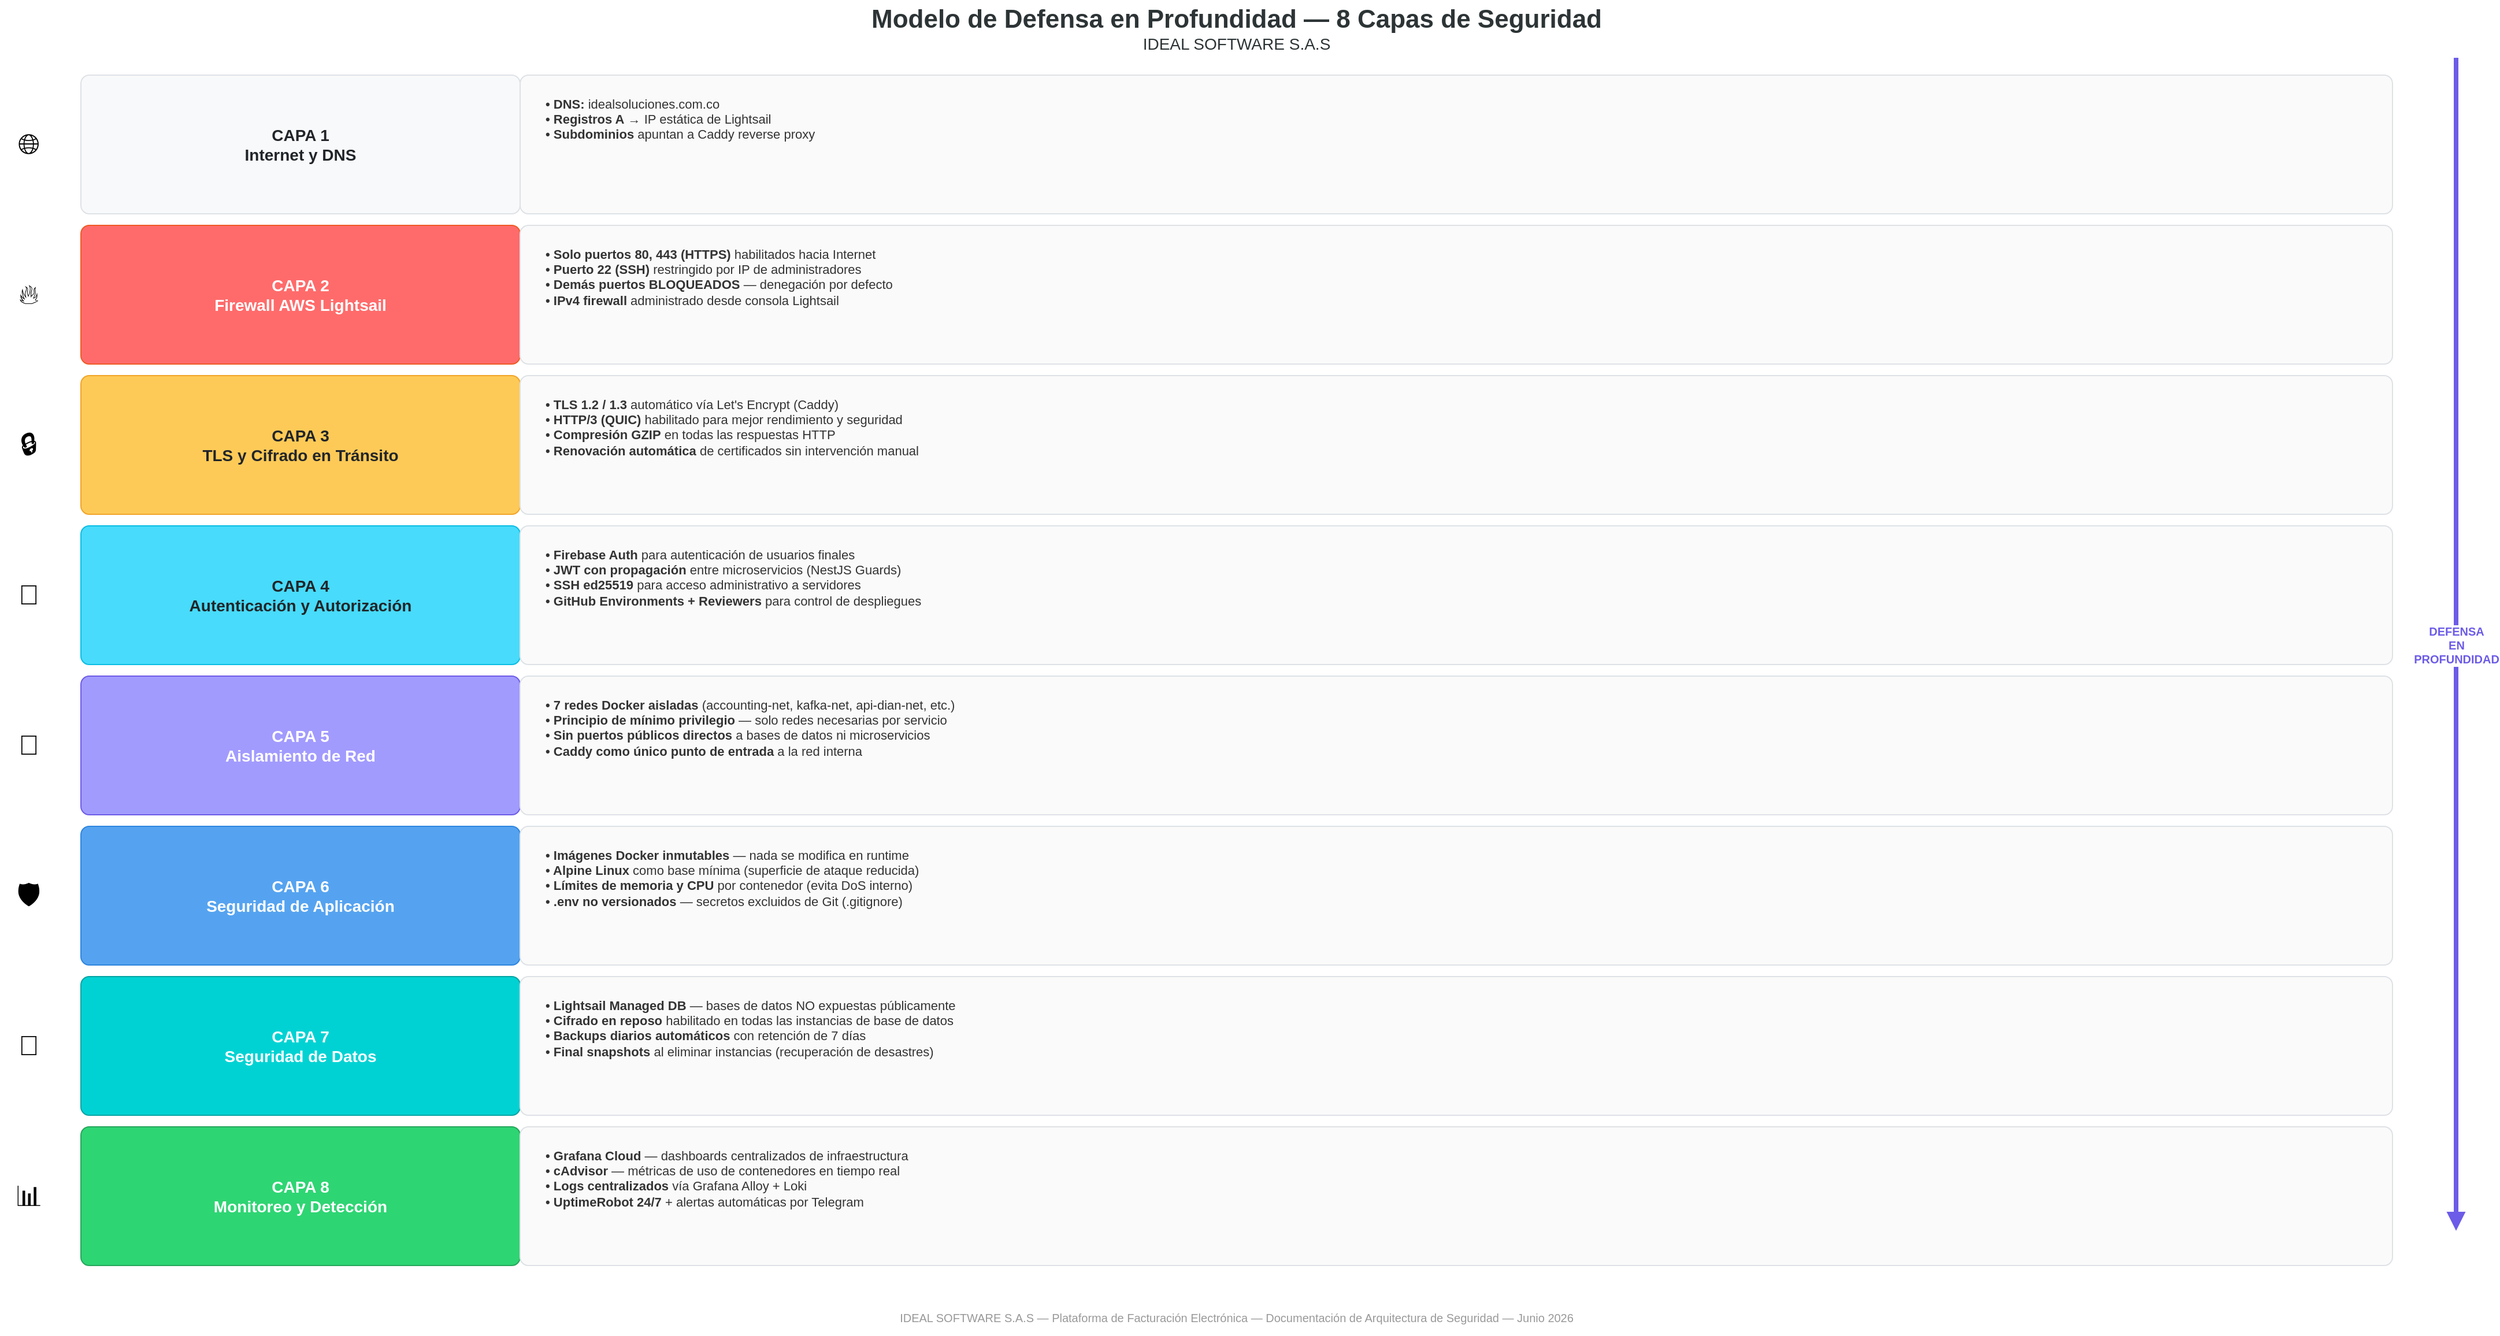
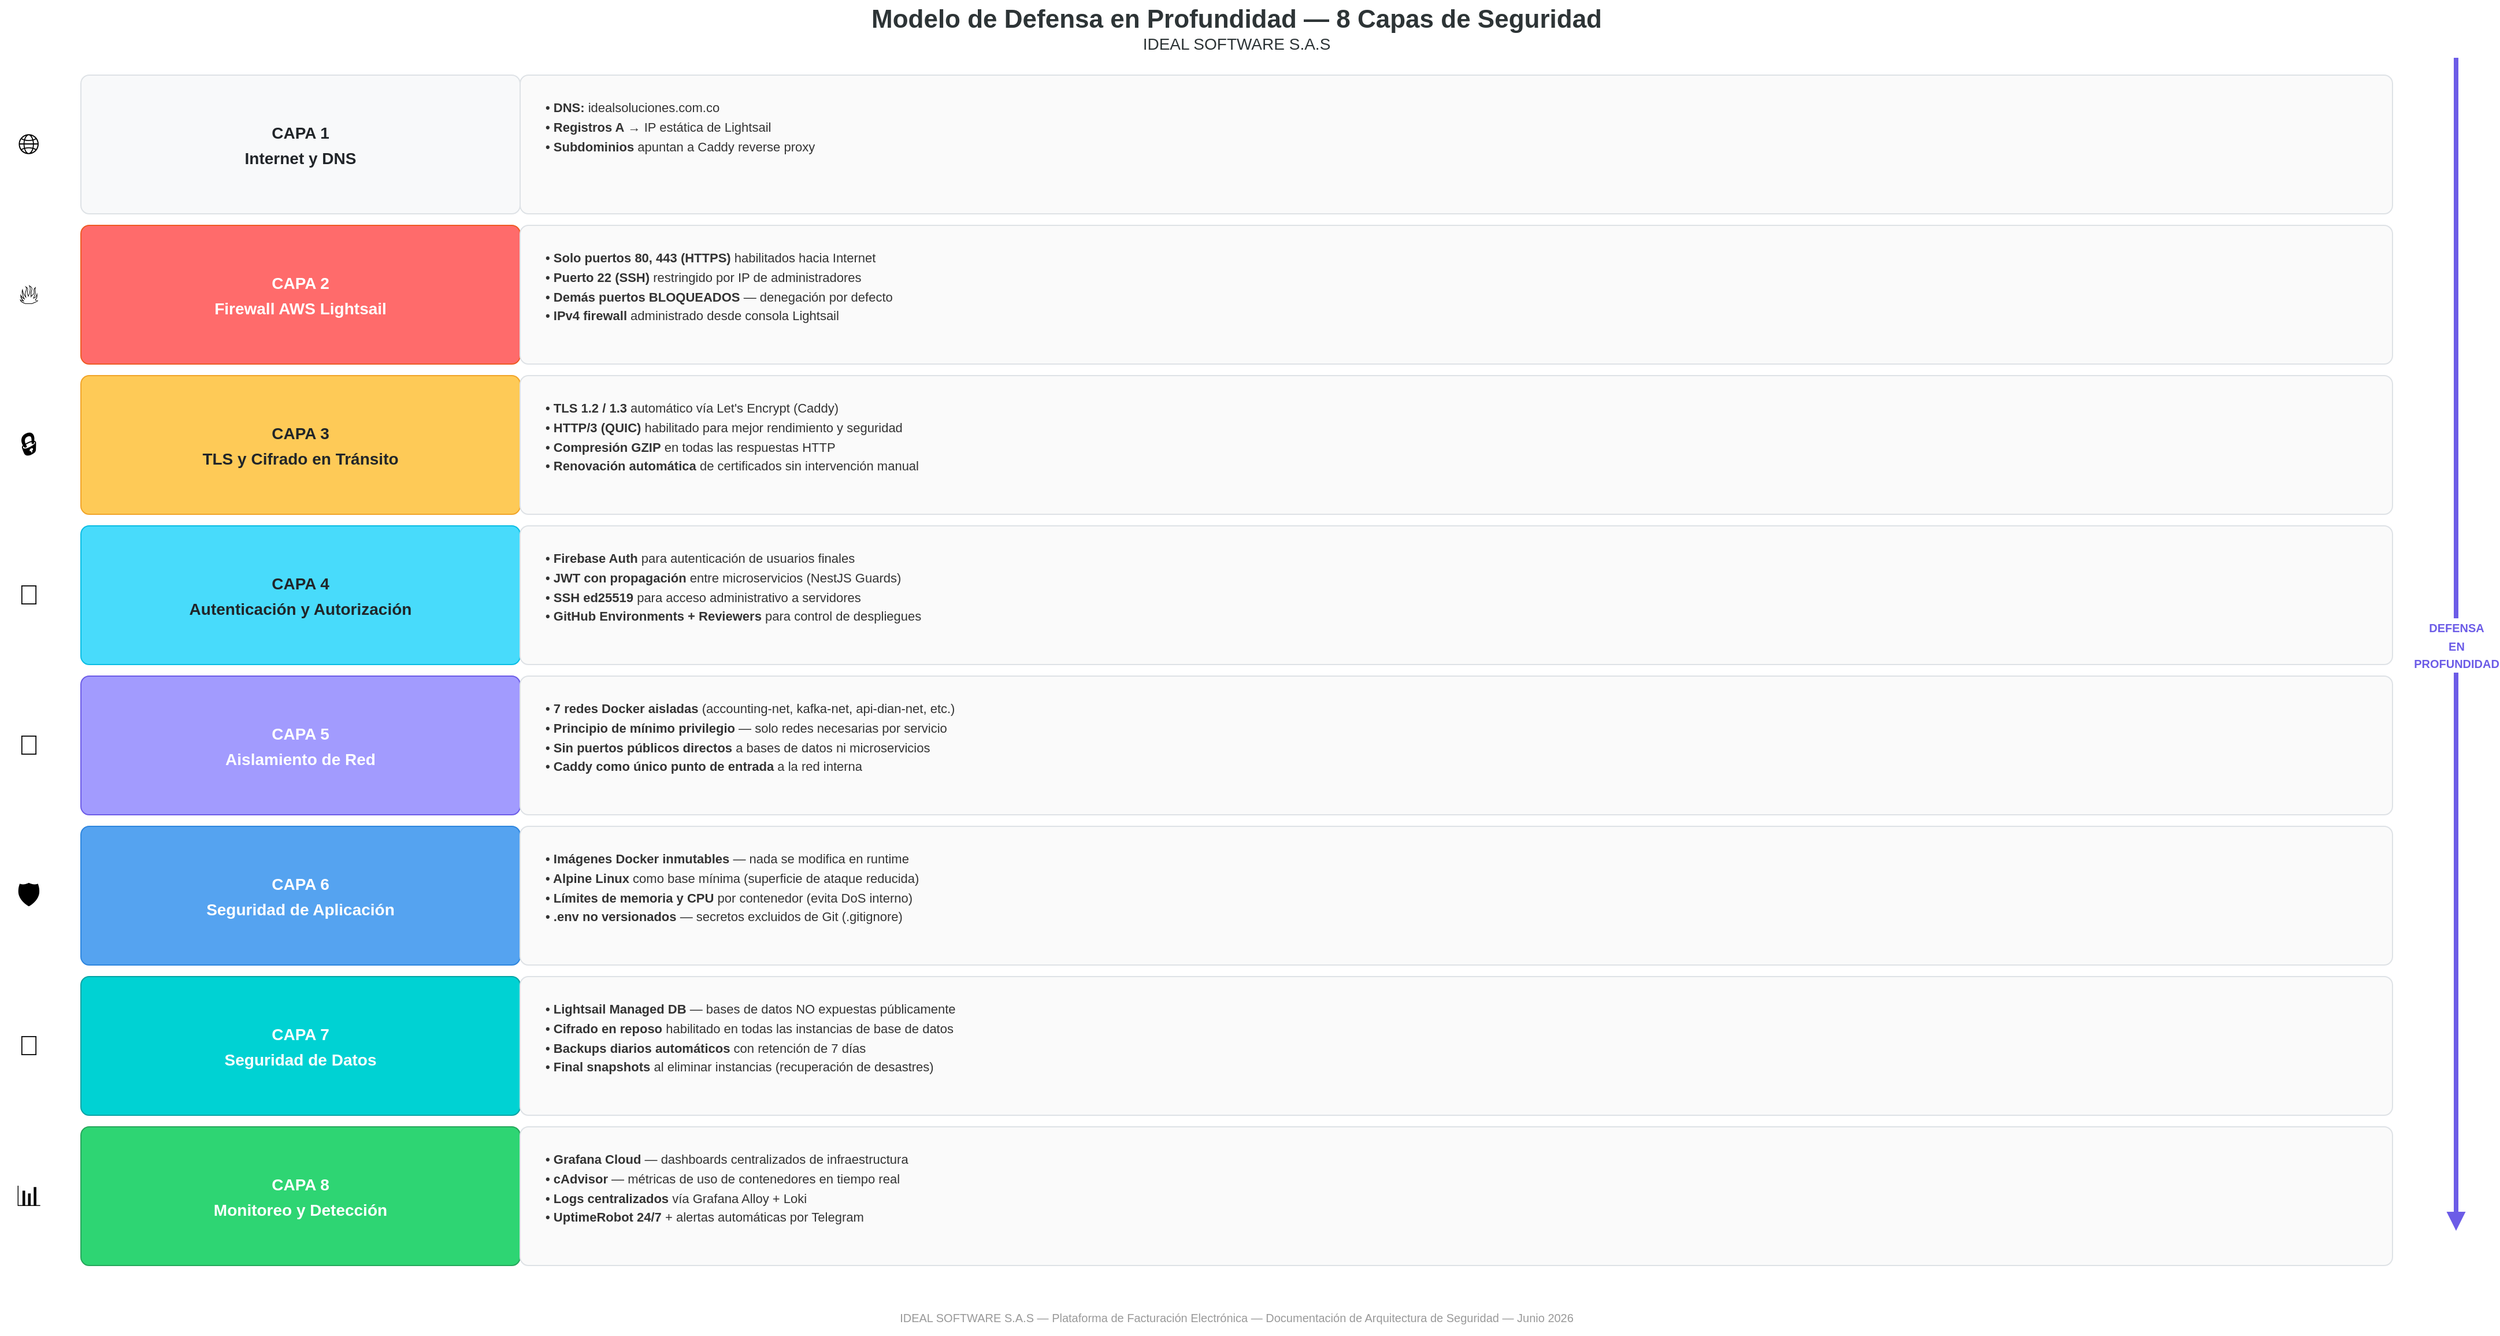
<mxfile host="app.diagrams.net" modified="2026-06-20T00:00:00.000Z" agent="drawio" version="21.0.0">
  <diagram name="Defensa en Profundidad" id="defense-in-depth">
-     <mxGraphModel dx="2200" dy="1800" grid="1" gridSize="10" guides="1" tooltips="1" connect="1" arrows="1" fold="1" page="1" pageScale="1" pageWidth="2200" pageHeight="1800" math="0" shadow="0">
+     <mxGraphModel dx="2200" dy="1800" grid="1" gridSize="10" guides="1" tooltips="1" connect="1" arrows="1" fold="1" page="1" pageScale="1" pageWidth="2860" pageHeight="2340" math="0" shadow="0">
      <root>
        <mxCell id="0" />
        <mxCell id="1" parent="0" />

        <!-- Title -->
        <mxCell id="title" value="&lt;font style=&quot;font-size: 22px;&quot;&gt;&lt;b&gt;Modelo de Defensa en Profundidad — 8 Capas de Seguridad&lt;/b&gt;&lt;/font&gt;&lt;br&gt;&lt;font style=&quot;font-size: 14px;&quot;&gt;IDEAL SOFTWARE S.A.S&lt;/font&gt;" style="text;html=1;strokeColor=none;fillColor=none;align=center;verticalAlign=middle;whiteSpace=wrap;fontColor=#2d3436;" vertex="1" parent="1">
          <mxGeometry x="110" y="15" width="2000" height="50" as="geometry" />
        </mxCell>

        <!-- Layer 1: Internet y DNS -->
-         <mxCell id="l1-left" value="&lt;font style=&quot;font-size: 14px;&quot;&gt;&lt;b&gt;CAPA 1&lt;/b&gt;&lt;br&gt;Internet y DNS&lt;/font&gt;" style="rounded=1;whiteSpace=wrap;html=1;fillColor=#f8f9fa;strokeColor=#dee2e6;fontColor=#212529;fontSize=14;fontStyle=1;arcSize=6;align=center;verticalAlign=middle;" vertex="1" parent="1">
+         <mxCell id="l1-left" value="&lt;font style=&quot;font-size: 14px;&quot;&gt;&lt;b&gt;CAPA 1&lt;/b&gt;&lt;br&gt;Internet y DNS&lt;/font&gt;" style="rounded=1;whiteSpace=wrap;html=1;fillColor=#f8f9fa;strokeColor=#dee2e6;fontColor=#212529;fontSize=18;fontStyle=1;arcSize=6;align=center;verticalAlign=middle;" vertex="1" parent="1">
          <mxGeometry x="110" y="80" width="380" height="120" as="geometry" />
        </mxCell>
-         <mxCell id="l1-right" value="&lt;font style=&quot;font-size: 11px;&quot;&gt;&lt;b&gt;• DNS:&lt;/b&gt; idealsoluciones.com.co&lt;br&gt;&lt;b&gt;• Registros A&lt;/b&gt; → IP estática de Lightsail&lt;br&gt;&lt;b&gt;• Subdominios&lt;/b&gt; apuntan a Caddy reverse proxy&lt;/font&gt;" style="rounded=1;whiteSpace=wrap;html=1;fillColor=#FAFAFA;strokeColor=#dee2e6;fontColor=#333333;fontSize=11;arcSize=6;align=left;verticalAlign=top;spacingLeft=20;spacingTop=12;" vertex="1" parent="1">
+         <mxCell id="l1-right" value="&lt;font style=&quot;font-size: 11px;&quot;&gt;&lt;b&gt;• DNS:&lt;/b&gt; idealsoluciones.com.co&lt;br&gt;&lt;b&gt;• Registros A&lt;/b&gt; → IP estática de Lightsail&lt;br&gt;&lt;b&gt;• Subdominios&lt;/b&gt; apuntan a Caddy reverse proxy&lt;/font&gt;" style="rounded=1;whiteSpace=wrap;html=1;fillColor=#FAFAFA;strokeColor=#dee2e6;fontColor=#333333;fontSize=14;arcSize=6;align=left;verticalAlign=top;spacingLeft=20;spacingTop=12;" vertex="1" parent="1">
          <mxGeometry x="490" y="80" width="1620" height="120" as="geometry" />
        </mxCell>

        <!-- Layer 2: Firewall AWS Lightsail -->
-         <mxCell id="l2-left" value="&lt;font style=&quot;font-size: 14px;&quot;&gt;&lt;b&gt;CAPA 2&lt;/b&gt;&lt;br&gt;Firewall AWS Lightsail&lt;/font&gt;" style="rounded=1;whiteSpace=wrap;html=1;fillColor=#ff6b6b;strokeColor=#ee5a24;fontColor=#ffffff;fontSize=14;fontStyle=1;arcSize=6;align=center;verticalAlign=middle;" vertex="1" parent="1">
+         <mxCell id="l2-left" value="&lt;font style=&quot;font-size: 14px;&quot;&gt;&lt;b&gt;CAPA 2&lt;/b&gt;&lt;br&gt;Firewall AWS Lightsail&lt;/font&gt;" style="rounded=1;whiteSpace=wrap;html=1;fillColor=#ff6b6b;strokeColor=#ee5a24;fontColor=#ffffff;fontSize=18;fontStyle=1;arcSize=6;align=center;verticalAlign=middle;" vertex="1" parent="1">
          <mxGeometry x="110" y="210" width="380" height="120" as="geometry" />
        </mxCell>
-         <mxCell id="l2-right" value="&lt;font style=&quot;font-size: 11px;&quot;&gt;&lt;b&gt;• Solo puertos 80, 443 (HTTPS)&lt;/b&gt; habilitados hacia Internet&lt;br&gt;&lt;b&gt;• Puerto 22 (SSH)&lt;/b&gt; restringido por IP de administradores&lt;br&gt;&lt;b&gt;• Demás puertos BLOQUEADOS&lt;/b&gt; — denegación por defecto&lt;br&gt;&lt;b&gt;• IPv4 firewall&lt;/b&gt; administrado desde consola Lightsail&lt;/font&gt;" style="rounded=1;whiteSpace=wrap;html=1;fillColor=#FAFAFA;strokeColor=#dee2e6;fontColor=#333333;fontSize=11;arcSize=6;align=left;verticalAlign=top;spacingLeft=20;spacingTop=12;" vertex="1" parent="1">
+         <mxCell id="l2-right" value="&lt;font style=&quot;font-size: 11px;&quot;&gt;&lt;b&gt;• Solo puertos 80, 443 (HTTPS)&lt;/b&gt; habilitados hacia Internet&lt;br&gt;&lt;b&gt;• Puerto 22 (SSH)&lt;/b&gt; restringido por IP de administradores&lt;br&gt;&lt;b&gt;• Demás puertos BLOQUEADOS&lt;/b&gt; — denegación por defecto&lt;br&gt;&lt;b&gt;• IPv4 firewall&lt;/b&gt; administrado desde consola Lightsail&lt;/font&gt;" style="rounded=1;whiteSpace=wrap;html=1;fillColor=#FAFAFA;strokeColor=#dee2e6;fontColor=#333333;fontSize=14;arcSize=6;align=left;verticalAlign=top;spacingLeft=20;spacingTop=12;" vertex="1" parent="1">
          <mxGeometry x="490" y="210" width="1620" height="120" as="geometry" />
        </mxCell>

        <!-- Layer 3: TLS y Cifrado en Tránsito -->
-         <mxCell id="l3-left" value="&lt;font style=&quot;font-size: 14px;&quot;&gt;&lt;b&gt;CAPA 3&lt;/b&gt;&lt;br&gt;TLS y Cifrado en Tránsito&lt;/font&gt;" style="rounded=1;whiteSpace=wrap;html=1;fillColor=#feca57;strokeColor=#f1a428;fontColor=#212529;fontSize=14;fontStyle=1;arcSize=6;align=center;verticalAlign=middle;" vertex="1" parent="1">
+         <mxCell id="l3-left" value="&lt;font style=&quot;font-size: 14px;&quot;&gt;&lt;b&gt;CAPA 3&lt;/b&gt;&lt;br&gt;TLS y Cifrado en Tránsito&lt;/font&gt;" style="rounded=1;whiteSpace=wrap;html=1;fillColor=#feca57;strokeColor=#f1a428;fontColor=#212529;fontSize=18;fontStyle=1;arcSize=6;align=center;verticalAlign=middle;" vertex="1" parent="1">
          <mxGeometry x="110" y="340" width="380" height="120" as="geometry" />
        </mxCell>
-         <mxCell id="l3-right" value="&lt;font style=&quot;font-size: 11px;&quot;&gt;&lt;b&gt;• TLS 1.2 / 1.3&lt;/b&gt; automático vía Let's Encrypt (Caddy)&lt;br&gt;&lt;b&gt;• HTTP/3 (QUIC)&lt;/b&gt; habilitado para mejor rendimiento y seguridad&lt;br&gt;&lt;b&gt;• Compresión GZIP&lt;/b&gt; en todas las respuestas HTTP&lt;br&gt;&lt;b&gt;• Renovación automática&lt;/b&gt; de certificados sin intervención manual&lt;/font&gt;" style="rounded=1;whiteSpace=wrap;html=1;fillColor=#FAFAFA;strokeColor=#dee2e6;fontColor=#333333;fontSize=11;arcSize=6;align=left;verticalAlign=top;spacingLeft=20;spacingTop=12;" vertex="1" parent="1">
+         <mxCell id="l3-right" value="&lt;font style=&quot;font-size: 11px;&quot;&gt;&lt;b&gt;• TLS 1.2 / 1.3&lt;/b&gt; automático vía Let's Encrypt (Caddy)&lt;br&gt;&lt;b&gt;• HTTP/3 (QUIC)&lt;/b&gt; habilitado para mejor rendimiento y seguridad&lt;br&gt;&lt;b&gt;• Compresión GZIP&lt;/b&gt; en todas las respuestas HTTP&lt;br&gt;&lt;b&gt;• Renovación automática&lt;/b&gt; de certificados sin intervención manual&lt;/font&gt;" style="rounded=1;whiteSpace=wrap;html=1;fillColor=#FAFAFA;strokeColor=#dee2e6;fontColor=#333333;fontSize=14;arcSize=6;align=left;verticalAlign=top;spacingLeft=20;spacingTop=12;" vertex="1" parent="1">
          <mxGeometry x="490" y="340" width="1620" height="120" as="geometry" />
        </mxCell>

        <!-- Layer 4: Autenticación y Autorización -->
-         <mxCell id="l4-left" value="&lt;font style=&quot;font-size: 14px;&quot;&gt;&lt;b&gt;CAPA 4&lt;/b&gt;&lt;br&gt;Autenticación y Autorización&lt;/font&gt;" style="rounded=1;whiteSpace=wrap;html=1;fillColor=#48dbfb;strokeColor=#0abde3;fontColor=#212529;fontSize=14;fontStyle=1;arcSize=6;align=center;verticalAlign=middle;" vertex="1" parent="1">
+         <mxCell id="l4-left" value="&lt;font style=&quot;font-size: 14px;&quot;&gt;&lt;b&gt;CAPA 4&lt;/b&gt;&lt;br&gt;Autenticación y Autorización&lt;/font&gt;" style="rounded=1;whiteSpace=wrap;html=1;fillColor=#48dbfb;strokeColor=#0abde3;fontColor=#212529;fontSize=18;fontStyle=1;arcSize=6;align=center;verticalAlign=middle;" vertex="1" parent="1">
          <mxGeometry x="110" y="470" width="380" height="120" as="geometry" />
        </mxCell>
-         <mxCell id="l4-right" value="&lt;font style=&quot;font-size: 11px;&quot;&gt;&lt;b&gt;• Firebase Auth&lt;/b&gt; para autenticación de usuarios finales&lt;br&gt;&lt;b&gt;• JWT con propagación&lt;/b&gt; entre microservicios (NestJS Guards)&lt;br&gt;&lt;b&gt;• SSH ed25519&lt;/b&gt; para acceso administrativo a servidores&lt;br&gt;&lt;b&gt;• GitHub Environments + Reviewers&lt;/b&gt; para control de despliegues&lt;/font&gt;" style="rounded=1;whiteSpace=wrap;html=1;fillColor=#FAFAFA;strokeColor=#dee2e6;fontColor=#333333;fontSize=11;arcSize=6;align=left;verticalAlign=top;spacingLeft=20;spacingTop=12;" vertex="1" parent="1">
+         <mxCell id="l4-right" value="&lt;font style=&quot;font-size: 11px;&quot;&gt;&lt;b&gt;• Firebase Auth&lt;/b&gt; para autenticación de usuarios finales&lt;br&gt;&lt;b&gt;• JWT con propagación&lt;/b&gt; entre microservicios (NestJS Guards)&lt;br&gt;&lt;b&gt;• SSH ed25519&lt;/b&gt; para acceso administrativo a servidores&lt;br&gt;&lt;b&gt;• GitHub Environments + Reviewers&lt;/b&gt; para control de despliegues&lt;/font&gt;" style="rounded=1;whiteSpace=wrap;html=1;fillColor=#FAFAFA;strokeColor=#dee2e6;fontColor=#333333;fontSize=14;arcSize=6;align=left;verticalAlign=top;spacingLeft=20;spacingTop=12;" vertex="1" parent="1">
          <mxGeometry x="490" y="470" width="1620" height="120" as="geometry" />
        </mxCell>

        <!-- Layer 5: Aislamiento de Red -->
-         <mxCell id="l5-left" value="&lt;font style=&quot;font-size: 14px;&quot;&gt;&lt;b&gt;CAPA 5&lt;/b&gt;&lt;br&gt;Aislamiento de Red&lt;/font&gt;" style="rounded=1;whiteSpace=wrap;html=1;fillColor=#a29bfe;strokeColor=#6c5ce7;fontColor=#ffffff;fontSize=14;fontStyle=1;arcSize=6;align=center;verticalAlign=middle;" vertex="1" parent="1">
+         <mxCell id="l5-left" value="&lt;font style=&quot;font-size: 14px;&quot;&gt;&lt;b&gt;CAPA 5&lt;/b&gt;&lt;br&gt;Aislamiento de Red&lt;/font&gt;" style="rounded=1;whiteSpace=wrap;html=1;fillColor=#a29bfe;strokeColor=#6c5ce7;fontColor=#ffffff;fontSize=18;fontStyle=1;arcSize=6;align=center;verticalAlign=middle;" vertex="1" parent="1">
          <mxGeometry x="110" y="600" width="380" height="120" as="geometry" />
        </mxCell>
-         <mxCell id="l5-right" value="&lt;font style=&quot;font-size: 11px;&quot;&gt;&lt;b&gt;• 7 redes Docker aisladas&lt;/b&gt; (accounting-net, kafka-net, api-dian-net, etc.)&lt;br&gt;&lt;b&gt;• Principio de mínimo privilegio&lt;/b&gt; — solo redes necesarias por servicio&lt;br&gt;&lt;b&gt;• Sin puertos públicos directos&lt;/b&gt; a bases de datos ni microservicios&lt;br&gt;&lt;b&gt;• Caddy como único punto de entrada&lt;/b&gt; a la red interna&lt;/font&gt;" style="rounded=1;whiteSpace=wrap;html=1;fillColor=#FAFAFA;strokeColor=#dee2e6;fontColor=#333333;fontSize=11;arcSize=6;align=left;verticalAlign=top;spacingLeft=20;spacingTop=12;" vertex="1" parent="1">
+         <mxCell id="l5-right" value="&lt;font style=&quot;font-size: 11px;&quot;&gt;&lt;b&gt;• 7 redes Docker aisladas&lt;/b&gt; (accounting-net, kafka-net, api-dian-net, etc.)&lt;br&gt;&lt;b&gt;• Principio de mínimo privilegio&lt;/b&gt; — solo redes necesarias por servicio&lt;br&gt;&lt;b&gt;• Sin puertos públicos directos&lt;/b&gt; a bases de datos ni microservicios&lt;br&gt;&lt;b&gt;• Caddy como único punto de entrada&lt;/b&gt; a la red interna&lt;/font&gt;" style="rounded=1;whiteSpace=wrap;html=1;fillColor=#FAFAFA;strokeColor=#dee2e6;fontColor=#333333;fontSize=14;arcSize=6;align=left;verticalAlign=top;spacingLeft=20;spacingTop=12;" vertex="1" parent="1">
          <mxGeometry x="490" y="600" width="1620" height="120" as="geometry" />
        </mxCell>

        <!-- Layer 6: Seguridad de Aplicación -->
-         <mxCell id="l6-left" value="&lt;font style=&quot;font-size: 14px;&quot;&gt;&lt;b&gt;CAPA 6&lt;/b&gt;&lt;br&gt;Seguridad de Aplicación&lt;/font&gt;" style="rounded=1;whiteSpace=wrap;html=1;fillColor=#55a3f0;strokeColor=#2e86de;fontColor=#ffffff;fontSize=14;fontStyle=1;arcSize=6;align=center;verticalAlign=middle;" vertex="1" parent="1">
+         <mxCell id="l6-left" value="&lt;font style=&quot;font-size: 14px;&quot;&gt;&lt;b&gt;CAPA 6&lt;/b&gt;&lt;br&gt;Seguridad de Aplicación&lt;/font&gt;" style="rounded=1;whiteSpace=wrap;html=1;fillColor=#55a3f0;strokeColor=#2e86de;fontColor=#ffffff;fontSize=18;fontStyle=1;arcSize=6;align=center;verticalAlign=middle;" vertex="1" parent="1">
          <mxGeometry x="110" y="730" width="380" height="120" as="geometry" />
        </mxCell>
-         <mxCell id="l6-right" value="&lt;font style=&quot;font-size: 11px;&quot;&gt;&lt;b&gt;• Imágenes Docker inmutables&lt;/b&gt; — nada se modifica en runtime&lt;br&gt;&lt;b&gt;• Alpine Linux&lt;/b&gt; como base mínima (superficie de ataque reducida)&lt;br&gt;&lt;b&gt;• Límites de memoria y CPU&lt;/b&gt; por contenedor (evita DoS interno)&lt;br&gt;&lt;b&gt;• .env no versionados&lt;/b&gt; — secretos excluidos de Git (.gitignore)&lt;/font&gt;" style="rounded=1;whiteSpace=wrap;html=1;fillColor=#FAFAFA;strokeColor=#dee2e6;fontColor=#333333;fontSize=11;arcSize=6;align=left;verticalAlign=top;spacingLeft=20;spacingTop=12;" vertex="1" parent="1">
+         <mxCell id="l6-right" value="&lt;font style=&quot;font-size: 11px;&quot;&gt;&lt;b&gt;• Imágenes Docker inmutables&lt;/b&gt; — nada se modifica en runtime&lt;br&gt;&lt;b&gt;• Alpine Linux&lt;/b&gt; como base mínima (superficie de ataque reducida)&lt;br&gt;&lt;b&gt;• Límites de memoria y CPU&lt;/b&gt; por contenedor (evita DoS interno)&lt;br&gt;&lt;b&gt;• .env no versionados&lt;/b&gt; — secretos excluidos de Git (.gitignore)&lt;/font&gt;" style="rounded=1;whiteSpace=wrap;html=1;fillColor=#FAFAFA;strokeColor=#dee2e6;fontColor=#333333;fontSize=14;arcSize=6;align=left;verticalAlign=top;spacingLeft=20;spacingTop=12;" vertex="1" parent="1">
          <mxGeometry x="490" y="730" width="1620" height="120" as="geometry" />
        </mxCell>

        <!-- Layer 7: Seguridad de Datos -->
-         <mxCell id="l7-left" value="&lt;font style=&quot;font-size: 14px;&quot;&gt;&lt;b&gt;CAPA 7&lt;/b&gt;&lt;br&gt;Seguridad de Datos&lt;/font&gt;" style="rounded=1;whiteSpace=wrap;html=1;fillColor=#00d2d3;strokeColor=#01a3a4;fontColor=#ffffff;fontSize=14;fontStyle=1;arcSize=6;align=center;verticalAlign=middle;" vertex="1" parent="1">
+         <mxCell id="l7-left" value="&lt;font style=&quot;font-size: 14px;&quot;&gt;&lt;b&gt;CAPA 7&lt;/b&gt;&lt;br&gt;Seguridad de Datos&lt;/font&gt;" style="rounded=1;whiteSpace=wrap;html=1;fillColor=#00d2d3;strokeColor=#01a3a4;fontColor=#ffffff;fontSize=18;fontStyle=1;arcSize=6;align=center;verticalAlign=middle;" vertex="1" parent="1">
          <mxGeometry x="110" y="860" width="380" height="120" as="geometry" />
        </mxCell>
-         <mxCell id="l7-right" value="&lt;font style=&quot;font-size: 11px;&quot;&gt;&lt;b&gt;• Lightsail Managed DB&lt;/b&gt; — bases de datos NO expuestas públicamente&lt;br&gt;&lt;b&gt;• Cifrado en reposo&lt;/b&gt; habilitado en todas las instancias de base de datos&lt;br&gt;&lt;b&gt;• Backups diarios automáticos&lt;/b&gt; con retención de 7 días&lt;br&gt;&lt;b&gt;• Final snapshots&lt;/b&gt; al eliminar instancias (recuperación de desastres)&lt;/font&gt;" style="rounded=1;whiteSpace=wrap;html=1;fillColor=#FAFAFA;strokeColor=#dee2e6;fontColor=#333333;fontSize=11;arcSize=6;align=left;verticalAlign=top;spacingLeft=20;spacingTop=12;" vertex="1" parent="1">
+         <mxCell id="l7-right" value="&lt;font style=&quot;font-size: 11px;&quot;&gt;&lt;b&gt;• Lightsail Managed DB&lt;/b&gt; — bases de datos NO expuestas públicamente&lt;br&gt;&lt;b&gt;• Cifrado en reposo&lt;/b&gt; habilitado en todas las instancias de base de datos&lt;br&gt;&lt;b&gt;• Backups diarios automáticos&lt;/b&gt; con retención de 7 días&lt;br&gt;&lt;b&gt;• Final snapshots&lt;/b&gt; al eliminar instancias (recuperación de desastres)&lt;/font&gt;" style="rounded=1;whiteSpace=wrap;html=1;fillColor=#FAFAFA;strokeColor=#dee2e6;fontColor=#333333;fontSize=14;arcSize=6;align=left;verticalAlign=top;spacingLeft=20;spacingTop=12;" vertex="1" parent="1">
          <mxGeometry x="490" y="860" width="1620" height="120" as="geometry" />
        </mxCell>

        <!-- Layer 8: Monitoreo y Detección -->
-         <mxCell id="l8-left" value="&lt;font style=&quot;font-size: 14px;&quot;&gt;&lt;b&gt;CAPA 8&lt;/b&gt;&lt;br&gt;Monitoreo y Detección&lt;/font&gt;" style="rounded=1;whiteSpace=wrap;html=1;fillColor=#2ed573;strokeColor=#26a65b;fontColor=#ffffff;fontSize=14;fontStyle=1;arcSize=6;align=center;verticalAlign=middle;" vertex="1" parent="1">
+         <mxCell id="l8-left" value="&lt;font style=&quot;font-size: 14px;&quot;&gt;&lt;b&gt;CAPA 8&lt;/b&gt;&lt;br&gt;Monitoreo y Detección&lt;/font&gt;" style="rounded=1;whiteSpace=wrap;html=1;fillColor=#2ed573;strokeColor=#26a65b;fontColor=#ffffff;fontSize=18;fontStyle=1;arcSize=6;align=center;verticalAlign=middle;" vertex="1" parent="1">
          <mxGeometry x="110" y="990" width="380" height="120" as="geometry" />
        </mxCell>
-         <mxCell id="l8-right" value="&lt;font style=&quot;font-size: 11px;&quot;&gt;&lt;b&gt;• Grafana Cloud&lt;/b&gt; — dashboards centralizados de infraestructura&lt;br&gt;&lt;b&gt;• cAdvisor&lt;/b&gt; — métricas de uso de contenedores en tiempo real&lt;br&gt;&lt;b&gt;• Logs centralizados&lt;/b&gt; vía Grafana Alloy + Loki&lt;br&gt;&lt;b&gt;• UptimeRobot 24/7&lt;/b&gt; + alertas automáticas por Telegram&lt;/font&gt;" style="rounded=1;whiteSpace=wrap;html=1;fillColor=#FAFAFA;strokeColor=#dee2e6;fontColor=#333333;fontSize=11;arcSize=6;align=left;verticalAlign=top;spacingLeft=20;spacingTop=12;" vertex="1" parent="1">
+         <mxCell id="l8-right" value="&lt;font style=&quot;font-size: 11px;&quot;&gt;&lt;b&gt;• Grafana Cloud&lt;/b&gt; — dashboards centralizados de infraestructura&lt;br&gt;&lt;b&gt;• cAdvisor&lt;/b&gt; — métricas de uso de contenedores en tiempo real&lt;br&gt;&lt;b&gt;• Logs centralizados&lt;/b&gt; vía Grafana Alloy + Loki&lt;br&gt;&lt;b&gt;• UptimeRobot 24/7&lt;/b&gt; + alertas automáticas por Telegram&lt;/font&gt;" style="rounded=1;whiteSpace=wrap;html=1;fillColor=#FAFAFA;strokeColor=#dee2e6;fontColor=#333333;fontSize=14;arcSize=6;align=left;verticalAlign=top;spacingLeft=20;spacingTop=12;" vertex="1" parent="1">
          <mxGeometry x="490" y="990" width="1620" height="120" as="geometry" />
        </mxCell>

        <!-- Curved arrow on the right side -->
        <mxCell id="arrow-guide-top" value="" style="rounded=0;whiteSpace=wrap;html=1;fillColor=none;strokeColor=none;opacity=0;" vertex="1" parent="1">
          <mxGeometry x="2160" y="55" width="10" height="10" as="geometry" />
        </mxCell>
        <mxCell id="arrow-guide-bottom" value="" style="rounded=0;whiteSpace=wrap;html=1;fillColor=none;strokeColor=none;opacity=0;" vertex="1" parent="1">
          <mxGeometry x="2160" y="1080" width="10" height="10" as="geometry" />
        </mxCell>
-         <mxCell id="arrow" value="&lt;font style=&quot;font-size: 10px;&quot; color=&quot;#6c5ce7&quot;&gt;&lt;b&gt;DEFENSA&lt;br&gt;EN&lt;br&gt;PROFUNDIDAD&lt;/b&gt;&lt;/font&gt;" style="edgeStyle=orthogonalEdgeStyle;rounded=1;orthogonalLoop=1;jettySize=auto;html=1;strokeWidth=4;strokeColor=#6c5ce7;curved=1;endArrow=block;endFill=1;fontColor=#6c5ce7;fontSize=10;fontStyle=1;" edge="1" parent="1" source="arrow-guide-top" target="arrow-guide-bottom">
+         <mxCell id="arrow" value="&lt;font style=&quot;font-size: 10px;&quot; color=&quot;#6c5ce7&quot;&gt;&lt;b&gt;DEFENSA&lt;br&gt;EN&lt;br&gt;PROFUNDIDAD&lt;/b&gt;&lt;/font&gt;" style="edgeStyle=orthogonalEdgeStyle;rounded=1;orthogonalLoop=1;jettySize=auto;html=1;strokeWidth=4;strokeColor=#6c5ce7;curved=1;endArrow=block;endFill=1;fontColor=#6c5ce7;fontSize=13;fontStyle=1;" edge="1" parent="1" source="arrow-guide-top" target="arrow-guide-bottom">
          <mxGeometry relative="1" as="geometry" />
        </mxCell>

        <!-- Decorative icon column on the far left -->
        <mxCell id="icon-internet" value="🌐" style="text;html=1;strokeColor=none;fillColor=none;align=center;verticalAlign=middle;whiteSpace=wrap;fontSize=24;" vertex="1" parent="1">
          <mxGeometry x="40" y="110" width="50" height="60" as="geometry" />
        </mxCell>
        <mxCell id="icon-firewall" value="🔥" style="text;html=1;strokeColor=none;fillColor=none;align=center;verticalAlign=middle;whiteSpace=wrap;fontSize=24;" vertex="1" parent="1">
          <mxGeometry x="40" y="240" width="50" height="60" as="geometry" />
        </mxCell>
        <mxCell id="icon-tls" value="🔒" style="text;html=1;strokeColor=none;fillColor=none;align=center;verticalAlign=middle;whiteSpace=wrap;fontSize=24;" vertex="1" parent="1">
          <mxGeometry x="40" y="370" width="50" height="60" as="geometry" />
        </mxCell>
        <mxCell id="icon-auth" value="🔑" style="text;html=1;strokeColor=none;fillColor=none;align=center;verticalAlign=middle;whiteSpace=wrap;fontSize=24;" vertex="1" parent="1">
          <mxGeometry x="40" y="500" width="50" height="60" as="geometry" />
        </mxCell>
        <mxCell id="icon-network" value="🔗" style="text;html=1;strokeColor=none;fillColor=none;align=center;verticalAlign=middle;whiteSpace=wrap;fontSize=24;" vertex="1" parent="1">
          <mxGeometry x="40" y="630" width="50" height="60" as="geometry" />
        </mxCell>
        <mxCell id="icon-app" value="🛡️" style="text;html=1;strokeColor=none;fillColor=none;align=center;verticalAlign=middle;whiteSpace=wrap;fontSize=24;" vertex="1" parent="1">
          <mxGeometry x="40" y="760" width="50" height="60" as="geometry" />
        </mxCell>
        <mxCell id="icon-data" value="💾" style="text;html=1;strokeColor=none;fillColor=none;align=center;verticalAlign=middle;whiteSpace=wrap;fontSize=24;" vertex="1" parent="1">
          <mxGeometry x="40" y="890" width="50" height="60" as="geometry" />
        </mxCell>
        <mxCell id="icon-monitor" value="📊" style="text;html=1;strokeColor=none;fillColor=none;align=center;verticalAlign=middle;whiteSpace=wrap;fontSize=24;" vertex="1" parent="1">
          <mxGeometry x="40" y="1020" width="50" height="60" as="geometry" />
        </mxCell>

        <!-- Footer -->
        <mxCell id="footer" value="&lt;font style=&quot;font-size: 10px;&quot; color=&quot;#999999&quot;&gt;IDEAL SOFTWARE S.A.S — Plataforma de Facturación Electrónica — Documentación de Arquitectura de Seguridad — Junio 2026&lt;/font&gt;" style="text;html=1;strokeColor=none;fillColor=none;align=center;verticalAlign=middle;whiteSpace=wrap;" vertex="1" parent="1">
          <mxGeometry x="110" y="1140" width="2000" height="30" as="geometry" />
        </mxCell>

      </root>
    </mxGraphModel>
  </diagram>
</mxfile>